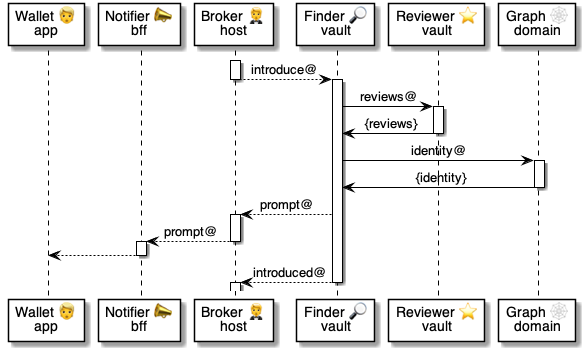
The PlantUML diagram 5 ⏩ Flows/40 🔎⏩ Finders/.📎 Assets/⚙️ Introduce.png in pollyweb-org/pollyweb-docs, before a commit. Its source is kept beside it as 5 ⏩ Flows/40 🔎⏩ Finders/.📎 Assets/⚙️ Introduce.puml.
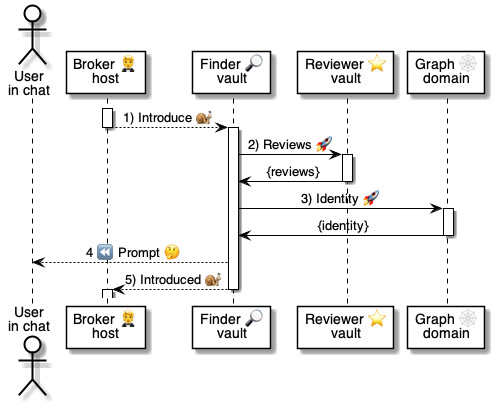
The same file after the commit.

Diff of the diagram source:
```diff
@@ -1,41 +1,32 @@
 @startuml Introduce
 
-participant "Wallet 👱\napp" as wallet
-participant "Notifier 📣\nbff" as notifier
+actor "User\nin chat" as user
 participant "Broker 🤵\nhost" as broker
 participant "Finder 🔎\nvault" as finder
 participant "Reviewer ⭐\nvault" as reviewer
 participant "Graph 🕸\ndomain" as graph
 
 
-
 activate broker
 
-    broker --> finder: introduce@
+    broker --> finder: 1) Introduce 🐌
     deactivate broker
 
     activate finder
 
-      finder -> reviewer: reviews@
+      finder -> reviewer: 2) Reviews 🚀
       activate reviewer
         reviewer -> finder: {reviews}
       deactivate reviewer
 
-      finder -> graph: identity@
+      finder -> graph: 3) Identity 🚀
       activate graph
         graph -> finder: {identity}
       deactivate graph
 
-      finder --> broker: prompt@
-      activate broker
-        broker --> notifier: prompt@
-      deactivate broker
+      finder --> user: 4 ⏪ Prompt 🤔
 
-      activate notifier
-        notifier --> wallet
-      deactivate notifier
-
-      finder --> broker: introduced@
+      finder --> broker: 5) Introduced 🐌
 
     deactivate finder
     activate broker
```
